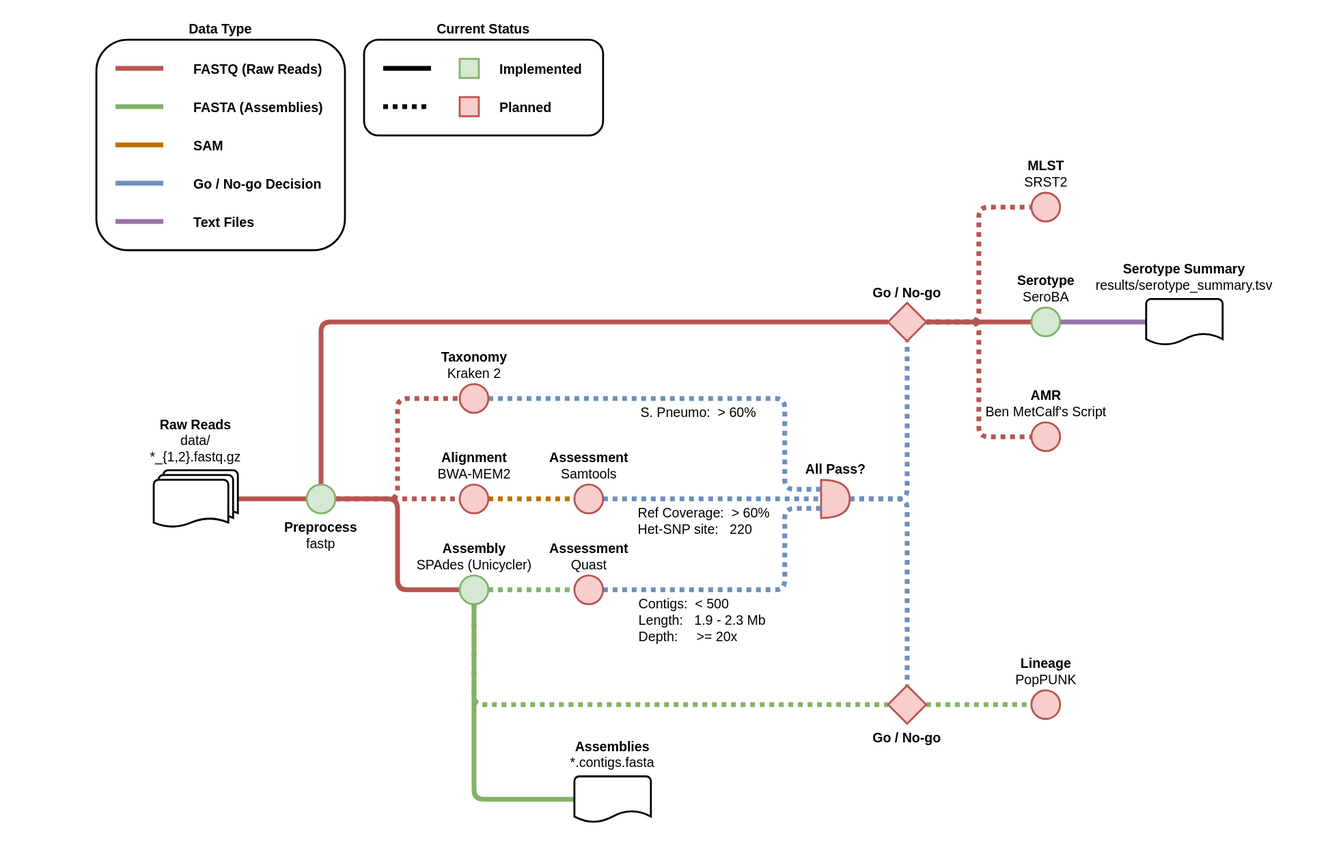
Earlier version of the draw.io export doc/workflow.drawio.svg (sanger-bentley-group/gps-pipeline). Source tidied: cells renumbered, new cells last; positions are measured from the earlier drawing's top-left corner, leaving out a move shared by most shapes.
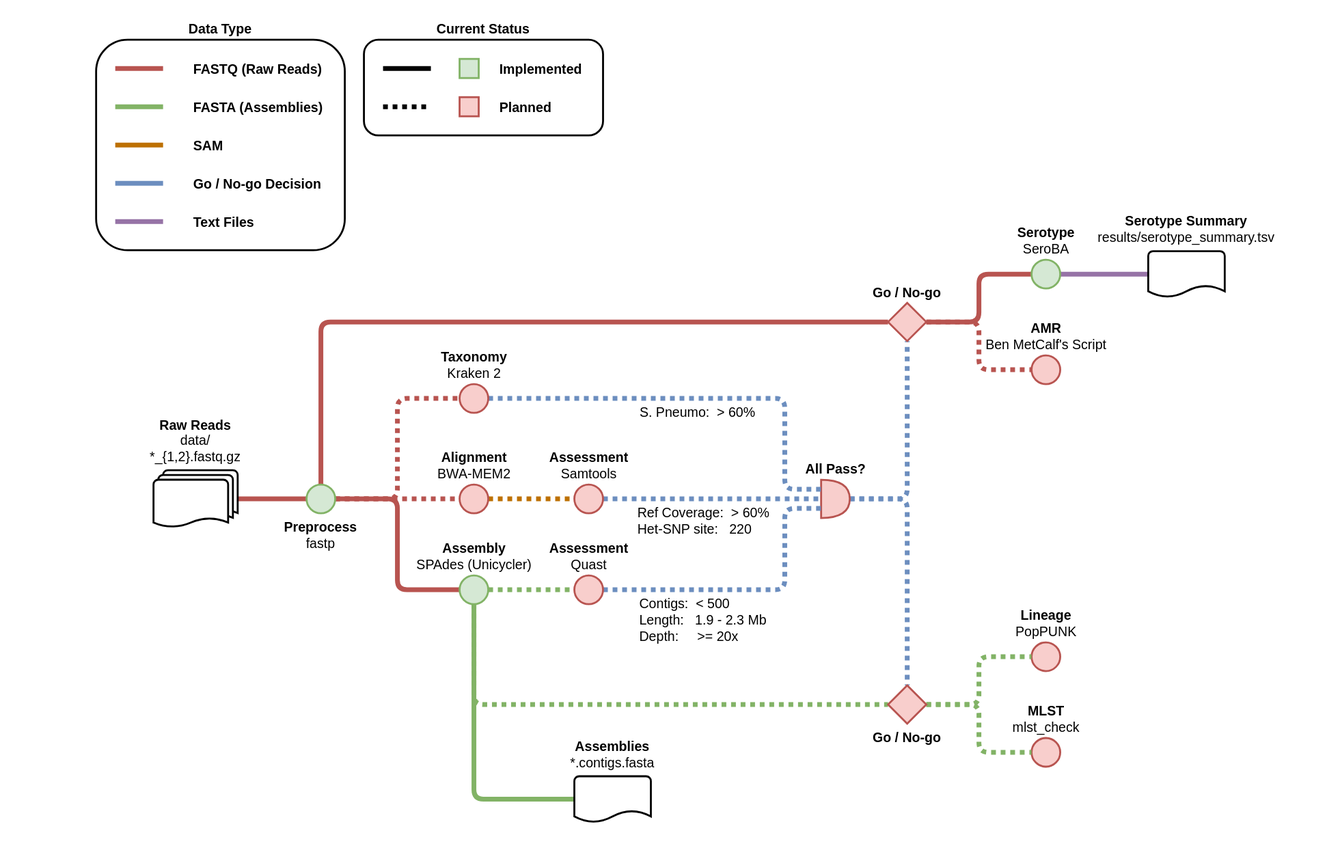
The same file after the commit.

Commit message:
Change planned application for MLST

Change to the diagram source:
```diff
@@ -145,7 +145,7 @@
       </mxGeometry>
     </mxCell>
     <mxCell id="36" value="&lt;b style=&quot;font-size: 14px;&quot;&gt;Lineage&lt;/b&gt;&lt;br style=&quot;font-size: 14px;&quot;&gt;PopPUNK" style="ellipse;html=1;strokeWidth=2;labelPosition=center;verticalLabelPosition=top;align=center;verticalAlign=bottom;fillColor=#f8cecc;strokeColor=#b85450;rounded=1;fontSize=14;" parent="1" vertex="1">
-      <mxGeometry x="1078" y="721" width="30" height="30" as="geometry" />
+      <mxGeometry x="1078" y="671" width="30" height="30" as="geometry" />
     </mxCell>
     <mxCell id="37" style="edgeStyle=orthogonalEdgeStyle;rounded=1;jettySize=auto;html=1;entryX=0;entryY=0.5;entryDx=0;entryDy=0;strokeWidth=5;endArrow=none;endFill=0;fillColor=#f8cecc;strokeColor=#b85450;entryPerimeter=0;" parent="1" edge="1" source="38" target="42">
       <mxGeometry relative="1" as="geometry">
@@ -160,9 +160,6 @@
     <mxCell id="39" style="edgeStyle=orthogonalEdgeStyle;rounded=1;jettySize=auto;html=1;entryX=0;entryY=0.5;entryDx=0;entryDy=0;strokeWidth=5;endArrow=none;endFill=0;fillColor=#f8cecc;strokeColor=#b85450;" parent="1" edge="1" source="42" target="44">
       <mxGeometry relative="1" as="geometry" />
     </mxCell>
-    <mxCell id="40" style="edgeStyle=orthogonalEdgeStyle;rounded=1;jettySize=auto;html=1;entryX=0;entryY=0.5;entryDx=0;entryDy=0;strokeWidth=5;endArrow=none;endFill=0;fillColor=#f8cecc;strokeColor=#b85450;dashed=1;dashPattern=1 1;" parent="1" edge="1" source="42" target="45">
-      <mxGeometry relative="1" as="geometry" />
-    </mxCell>
     <mxCell id="41" style="edgeStyle=orthogonalEdgeStyle;rounded=1;jettySize=auto;html=1;entryX=0;entryY=0.5;entryDx=0;entryDy=0;dashed=1;dashPattern=1 1;strokeWidth=5;endArrow=none;endFill=0;fillColor=#f8cecc;strokeColor=#b85450;" parent="1" edge="1" source="42" target="48">
       <mxGeometry relative="1" as="geometry" />
     </mxCell>
@@ -173,19 +170,22 @@
       <mxGeometry relative="1" as="geometry" />
     </mxCell>
     <mxCell id="44" value="&lt;b style=&quot;font-size: 14px;&quot;&gt;Serotype&lt;/b&gt;&lt;br style=&quot;font-size: 14px;&quot;&gt;SeroBA" style="ellipse;html=1;strokeWidth=2;labelPosition=center;verticalLabelPosition=top;align=center;verticalAlign=bottom;fillColor=#d5e8d4;strokeColor=#82b366;rounded=1;fontSize=14;" parent="1" vertex="1">
-      <mxGeometry x="1078" y="321" width="30" height="30" as="geometry" />
+      <mxGeometry x="1078" y="271" width="30" height="30" as="geometry" />
     </mxCell>
-    <mxCell id="45" value="&lt;b style=&quot;font-size: 14px;&quot;&gt;MLST&lt;/b&gt;&lt;br style=&quot;font-size: 14px;&quot;&gt;SRST2" style="ellipse;html=1;strokeWidth=2;labelPosition=center;verticalLabelPosition=top;align=center;verticalAlign=bottom;fillColor=#f8cecc;strokeColor=#b85450;rounded=1;fontSize=14;" parent="1" vertex="1">
-      <mxGeometry x="1078" y="201" width="30" height="30" as="geometry" />
+    <mxCell id="45" value="&lt;b style=&quot;font-size: 14px&quot;&gt;MLST&lt;/b&gt;&lt;br style=&quot;font-size: 14px&quot;&gt;mlst_check" style="ellipse;html=1;strokeWidth=2;labelPosition=center;verticalLabelPosition=top;align=center;verticalAlign=bottom;fillColor=#f8cecc;strokeColor=#b85450;rounded=1;fontSize=14;" parent="1" vertex="1">
+      <mxGeometry x="1078" y="771" width="30" height="30" as="geometry" />
     </mxCell>
     <mxCell id="46" style="edgeStyle=orthogonalEdgeStyle;rounded=1;jettySize=auto;html=1;entryX=0;entryY=0.5;entryDx=0;entryDy=0;dashed=1;dashPattern=1 1;strokeWidth=5;endArrow=none;endFill=0;fillColor=#d5e8d4;strokeColor=#82b366;" parent="1" edge="1" source="47" target="36">
       <mxGeometry relative="1" as="geometry" />
     </mxCell>
+    <mxCell id="59" style="edgeStyle=orthogonalEdgeStyle;rounded=1;jettySize=auto;html=1;entryX=0;entryY=0.5;entryDx=0;entryDy=0;endArrow=none;endFill=0;fillColor=#d5e8d4;strokeColor=#82b366;strokeWidth=5;dashed=1;dashPattern=1 1;" parent="1" edge="1" source="47" target="45">
+      <mxGeometry relative="1" as="geometry" />
+    </mxCell>
     <mxCell id="47" value="Go / No-go" style="strokeWidth=2;shape=mxgraph.flowchart.decision;fillColor=#f8cecc;strokeColor=#b85450;labelPosition=center;verticalLabelPosition=bottom;align=center;verticalAlign=top;fontStyle=1;rounded=1;fontSize=14;" parent="1" vertex="1">
       <mxGeometry x="928" y="716" width="40" height="40" as="geometry" />
     </mxCell>
     <mxCell id="48" value="&lt;b style=&quot;font-size: 14px;&quot;&gt;AMR&lt;/b&gt;&lt;br style=&quot;font-size: 14px;&quot;&gt;Ben MetCalf's Script" style="ellipse;html=1;strokeWidth=2;labelPosition=center;verticalLabelPosition=top;align=center;verticalAlign=bottom;fillColor=#f8cecc;strokeColor=#b85450;rounded=1;fontSize=14;" parent="1" vertex="1">
-      <mxGeometry x="1078" y="441" width="30" height="30" as="geometry" />
+      <mxGeometry x="1078" y="371" width="30" height="30" as="geometry" />
     </mxCell>
     <mxCell id="49" style="endArrow=none;html=1;rounded=1;strokeWidth=5;fillColor=#e1d5e7;strokeColor=#9673a6;" parent="1" edge="1">
       <mxGeometry relative="1" as="geometry">
@@ -199,7 +199,7 @@
       </mxGeometry>
     </mxCell>
     <mxCell id="51" value="&lt;b style=&quot;font-size: 14px;&quot;&gt;Serotype Summary&lt;/b&gt;&lt;br style=&quot;font-size: 14px;&quot;&gt;results/serotype_summary.tsv" style="strokeWidth=2;html=1;shape=mxgraph.flowchart.document2;whiteSpace=wrap;size=0.25;labelPosition=center;verticalLabelPosition=top;align=center;verticalAlign=bottom;rounded=1;spacing=5;fontSize=14;" parent="1" vertex="1">
-      <mxGeometry x="1198" y="312" width="80" height="48" as="geometry" />
+      <mxGeometry x="1200" y="262" width="80" height="48" as="geometry" />
     </mxCell>
     <mxCell id="52" style="endArrow=none;html=1;rounded=1;strokeWidth=5;fillColor=#f8cecc;strokeColor=#000000;" parent="1" edge="1">
       <mxGeometry relative="1" as="geometry">
```
